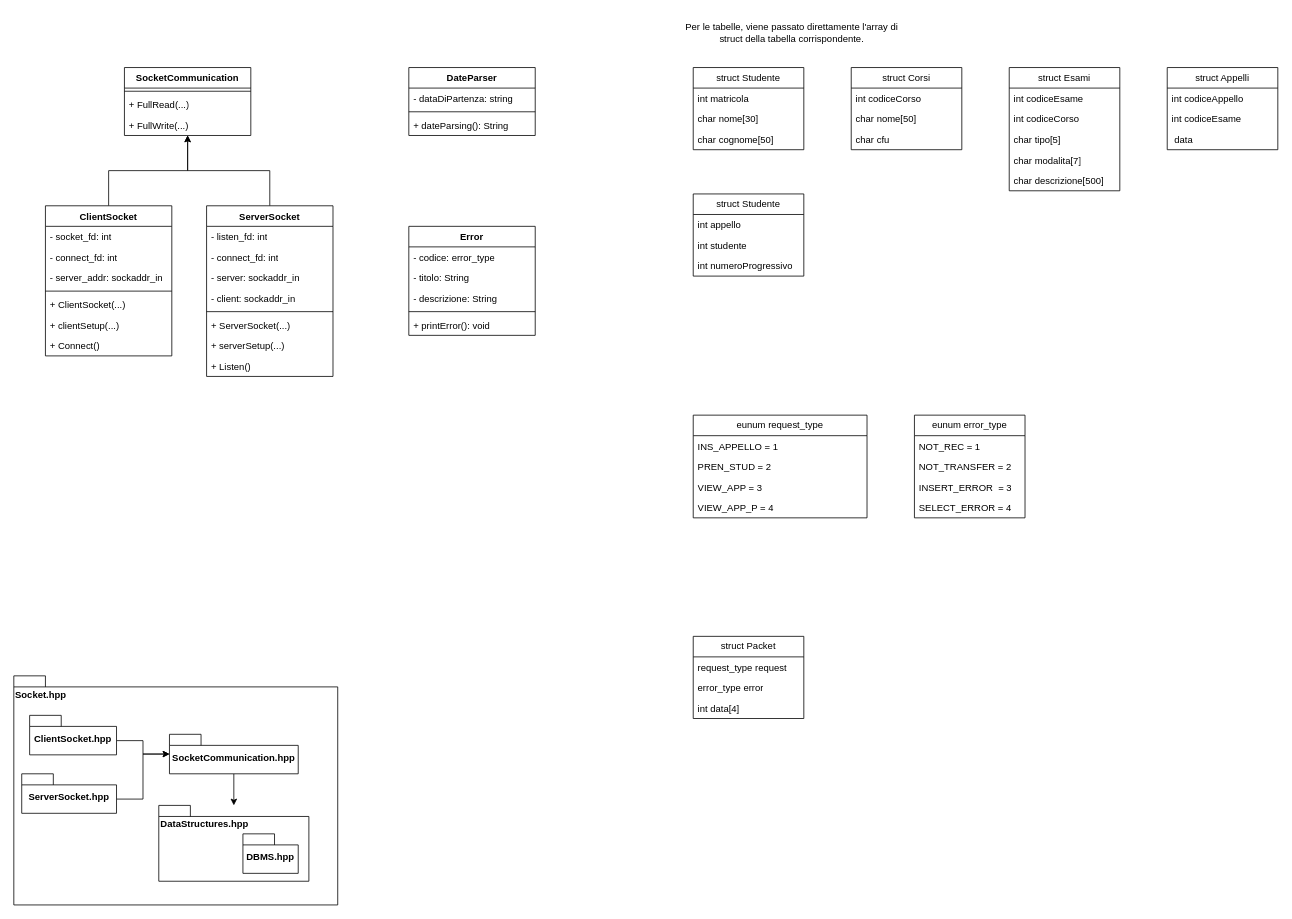
NicolaPonticelli001/reti_di_calcolatori_gestionale_uni keeps this draw.io diagram as documentazione/Classi_Librerie.drawio. Above is the earlier version. Source tidied: cells renumbered, new cells numbered last; positions are measured from the earlier drawing's top-left corner, leaving out a move shared by most shapes. Both pictures are drawn from the tidied source at 79%, with x=0, y=0 at pixel (13, 13).
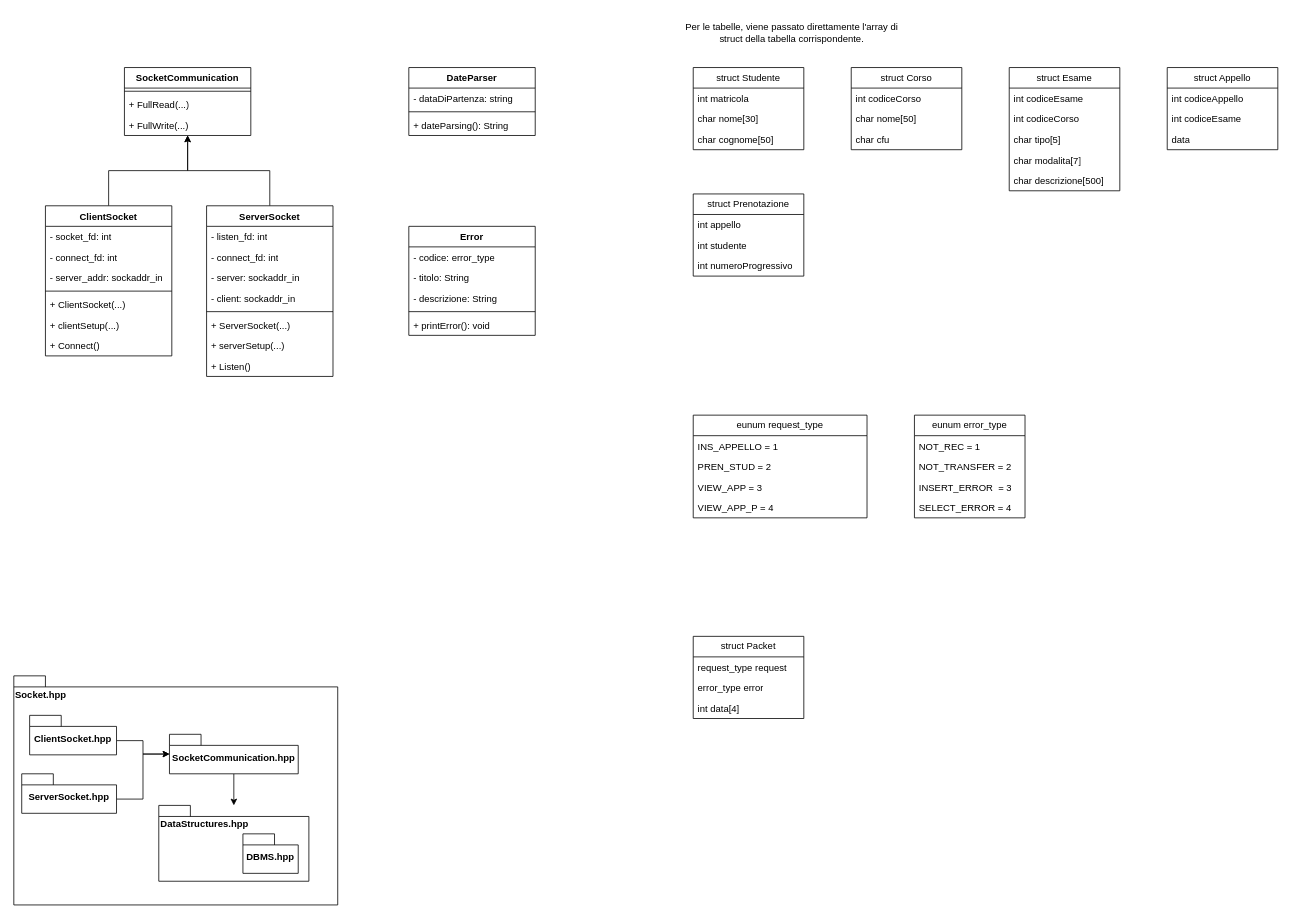
The same diagram, later.

Commit message:
Modifiche minori

Change to the diagram source:
```diff
@@
-    <mxCell id="59" value="struct Corsi" style="swimlane;fontStyle=0;horizontal=1;startSize=26;fillColor=none;whiteSpace=wrap;html=1;" parent="1" vertex="1">
+    <mxCell id="59" value="struct Corso" style="swimlane;fontStyle=0;horizontal=1;startSize=26;fillColor=none;whiteSpace=wrap;html=1;" parent="1" vertex="1">
       <mxGeometry x="1060" y="68" width="140" height="104" as="geometry" />
     </mxCell>
@@
-    <mxCell id="63" value="struct Esami" style="swimlane;fontStyle=0;horizontal=1;startSize=26;fillColor=none;whiteSpace=wrap;html=1;" parent="1" vertex="1">
+    <mxCell id="63" value="struct Esame" style="swimlane;fontStyle=0;horizontal=1;startSize=26;fillColor=none;whiteSpace=wrap;html=1;" parent="1" vertex="1">
       <mxGeometry x="1260" y="68" width="140" height="156" as="geometry" />
     </mxCell>
@@
-    <mxCell id="69" value="struct Appelli" style="swimlane;fontStyle=0;horizontal=1;startSize=26;fillColor=none;whiteSpace=wrap;html=1;" parent="1" vertex="1">
+    <mxCell id="69" value="struct Appello" style="swimlane;fontStyle=0;horizontal=1;startSize=26;fillColor=none;whiteSpace=wrap;html=1;" parent="1" vertex="1">
       <mxGeometry x="1460" y="68" width="140" height="104" as="geometry" />
     </mxCell>
@@
-    <mxCell id="72" value="&amp;nbsp;data" style="text;strokeColor=none;fillColor=none;align=left;verticalAlign=top;spacingLeft=4;spacingRight=4;overflow=hidden;whiteSpace=wrap;html=1;" parent="69" vertex="1">
+    <mxCell id="72" value="data" style="text;strokeColor=none;fillColor=none;align=left;verticalAlign=top;spacingLeft=4;spacingRight=4;overflow=hidden;whiteSpace=wrap;html=1;" parent="69" vertex="1">
       <mxGeometry y="78" width="140" height="26" as="geometry" />
     </mxCell>
-    <mxCell id="73" value="struct Studente" style="swimlane;fontStyle=0;horizontal=1;startSize=26;fillColor=none;whiteSpace=wrap;html=1;" parent="1" vertex="1">
+    <mxCell id="73" value="struct Prenotazione" style="swimlane;fontStyle=0;horizontal=1;startSize=26;fillColor=none;whiteSpace=wrap;html=1;" parent="1" vertex="1">
       <mxGeometry x="860" y="228" width="140" height="104" as="geometry" />
     </mxCell>
```
